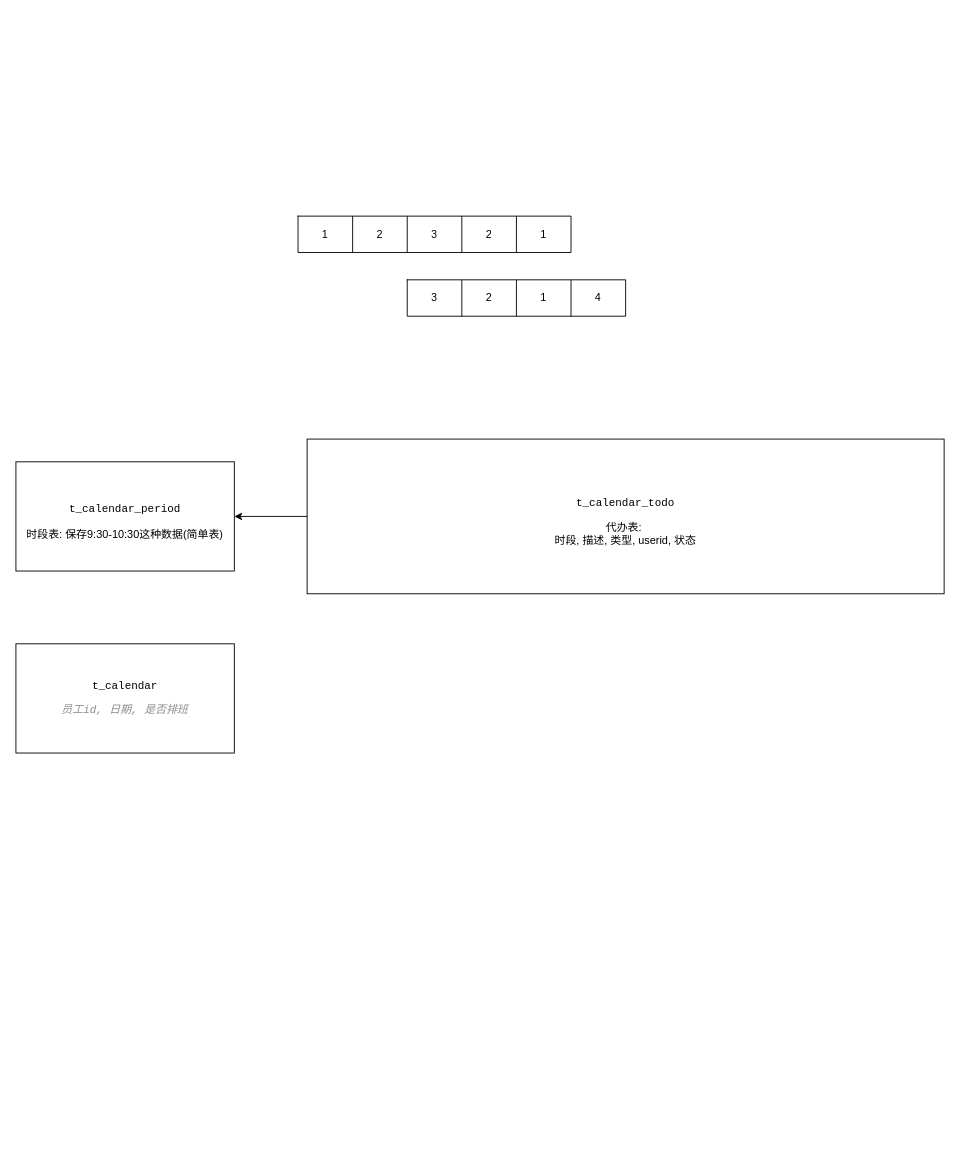
deerio/draw-io keeps this draw.io diagram as temp.drawio. Above is the earlier version. Source tidied: cells renumbered, new cells numbered last; positions are measured from the earlier drawing's top-left corner, leaving out a move shared by most shapes. Both pictures are drawn from the tidied source at 91%, with x=0, y=0 at pixel (15, 216).
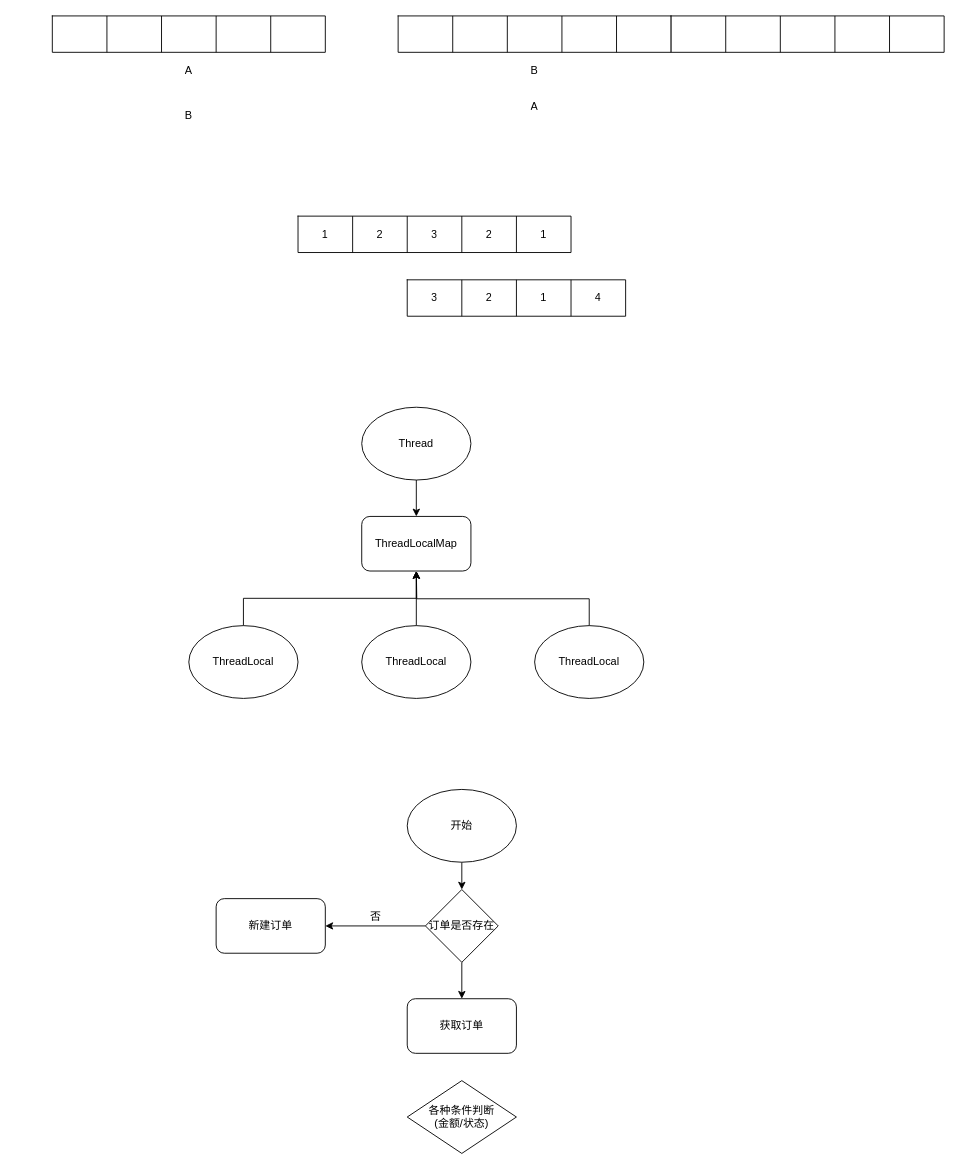
Above is the later version.

Diff of the diagram source:
```diff
@@
-    <mxCell id="15" value="&lt;pre style=&quot;background-color: #ffffff ; color: #080808 ; font-family: &amp;#34;jetbrains mono&amp;#34; , monospace ; font-size: 9.0pt&quot;&gt;&lt;span style=&quot;color: #000000&quot;&gt;t_calendar_period&lt;/span&gt;&lt;/pre&gt;时段表: 保存9:30-10:30这种数据(简单表)" style="rounded=0;whiteSpace=wrap;html=1;" parent="1" vertex="1">
-      <mxGeometry y="270" width="240" height="120" as="geometry" />
-    </mxCell>
-    <mxCell id="16" style="edgeStyle=orthogonalEdgeStyle;rounded=0;jettySize=auto;html=1;exitX=0;exitY=0.5;exitDx=0;exitDy=0;" parent="1" edge="1" source="17" target="15">
-      <mxGeometry relative="1" as="geometry" />
-    </mxCell>
-    <mxCell id="17" value="&lt;pre style=&quot;background-color: #ffffff ; color: #080808 ; font-family: &amp;#34;jetbrains mono&amp;#34; , monospace ; font-size: 9.0pt&quot;&gt;&lt;span style=&quot;color: #000000&quot;&gt;t_calendar_todo&lt;/span&gt;&lt;/pre&gt;代办表:&amp;nbsp;&lt;br&gt;时段, 描述, 类型, userid, 状态" style="rounded=0;whiteSpace=wrap;html=1;" parent="1" vertex="1">
-      <mxGeometry x="320" y="245" width="700" height="170" as="geometry" />
-    </mxCell>
-    <mxCell id="18" value="&lt;pre style=&quot;background-color: #ffffff ; color: #080808 ; font-family: &amp;#34;jetbrains mono&amp;#34; , monospace ; font-size: 9.0pt&quot;&gt;&lt;span style=&quot;color: #000000&quot;&gt;t_calendar&lt;/span&gt;&lt;pre style=&quot;font-family: , monospace ; font-size: 9pt&quot;&gt;&lt;span style=&quot;color: #8c8c8c ; font-style: italic&quot;&gt;员工&lt;/span&gt;&lt;span style=&quot;color: #8c8c8c ; font-style: italic ; font-family: &amp;#34;jetbrains mono&amp;#34; , monospace&quot;&gt;id, &lt;/span&gt;&lt;span style=&quot;color: #8c8c8c ; font-style: italic&quot;&gt;日期&lt;/span&gt;&lt;span style=&quot;color: #8c8c8c ; font-style: italic ; font-family: &amp;#34;jetbrains mono&amp;#34; , monospace&quot;&gt;, &lt;/span&gt;&lt;span style=&quot;color: #8c8c8c ; font-style: italic&quot;&gt;是否排班&lt;/span&gt;&lt;/pre&gt;&lt;/pre&gt;" style="rounded=0;whiteSpace=wrap;html=1;" parent="1" vertex="1">
-      <mxGeometry y="470" width="240" height="120" as="geometry" />
-    </mxCell>
+    <mxCell id="19" style="edgeStyle=orthogonalEdgeStyle;rounded=0;jettySize=auto;html=1;exitX=0.5;exitY=1;exitDx=0;exitDy=0;" parent="1" edge="1" source="20" target="27">
+      <mxGeometry relative="1" as="geometry" />
+    </mxCell>
+    <mxCell id="20" value="Thread" style="ellipse;whiteSpace=wrap;html=1;" parent="1" vertex="1">
+      <mxGeometry x="380" y="210" width="120" height="80" as="geometry" />
+    </mxCell>
+    <mxCell id="21" style="edgeStyle=orthogonalEdgeStyle;rounded=0;jettySize=auto;html=1;exitX=0.5;exitY=0;exitDx=0;exitDy=0;" parent="1" edge="1" source="22">
+      <mxGeometry relative="1" as="geometry">
+        <mxPoint x="440" y="390" as="targetPoint" />
+      </mxGeometry>
+    </mxCell>
+    <mxCell id="22" value="ThreadLocal" style="ellipse;whiteSpace=wrap;html=1;" parent="1" vertex="1">
+      <mxGeometry x="570" y="450" width="120" height="80" as="geometry" />
+    </mxCell>
+    <mxCell id="23" style="edgeStyle=orthogonalEdgeStyle;rounded=0;jettySize=auto;html=1;exitX=0.5;exitY=0;exitDx=0;exitDy=0;" parent="1" edge="1" source="24" target="27">
+      <mxGeometry relative="1" as="geometry" />
+    </mxCell>
+    <mxCell id="24" value="ThreadLocal" style="ellipse;whiteSpace=wrap;html=1;" parent="1" vertex="1">
+      <mxGeometry x="190" y="450" width="120" height="80" as="geometry" />
+    </mxCell>
+    <mxCell id="25" style="edgeStyle=orthogonalEdgeStyle;rounded=0;jettySize=auto;html=1;exitX=0.5;exitY=0;exitDx=0;exitDy=0;entryX=0.5;entryY=1;entryDx=0;entryDy=0;" parent="1" edge="1" source="26" target="27">
+      <mxGeometry relative="1" as="geometry" />
+    </mxCell>
+    <mxCell id="26" value="ThreadLocal" style="ellipse;whiteSpace=wrap;html=1;" parent="1" vertex="1">
+      <mxGeometry x="380" y="450" width="120" height="80" as="geometry" />
+    </mxCell>
+    <mxCell id="27" value="ThreadLocalMap" style="rounded=1;whiteSpace=wrap;html=1;" parent="1" vertex="1">
+      <mxGeometry x="380" y="330" width="120" height="60" as="geometry" />
+    </mxCell>
+    <mxCell id="28" style="shape=table;html=1;whiteSpace=wrap;startSize=0;childLayout=tableLayout;" parent="1" vertex="1">
+      <mxGeometry x="40" y="-220" width="300" height="40" as="geometry" />
+    </mxCell>
+    <mxCell id="29" style="shape=partialRectangle;html=1;whiteSpace=wrap;fillColor=none;top=0;left=0;bottom=0;right=0;" parent="28" vertex="1">
+      <mxGeometry width="300" height="40" as="geometry" />
+    </mxCell>
+    <mxCell id="30" style="shape=partialRectangle;html=1;whiteSpace=wrap;overflow=hidden;fillColor=none;top=0;left=0;bottom=0;right=0;" parent="29" vertex="1">
+      <mxGeometry width="60" height="40" as="geometry" />
+    </mxCell>
+    <mxCell id="31" style="shape=partialRectangle;html=1;whiteSpace=wrap;overflow=hidden;fillColor=none;top=0;left=0;bottom=0;right=0;" parent="29" vertex="1">
+      <mxGeometry x="60" width="60" height="40" as="geometry" />
+    </mxCell>
+    <mxCell id="32" style="shape=partialRectangle;html=1;whiteSpace=wrap;overflow=hidden;fillColor=none;top=0;left=0;bottom=0;right=0;" parent="29" vertex="1">
+      <mxGeometry x="120" width="60" height="40" as="geometry" />
+    </mxCell>
+    <mxCell id="33" style="shape=partialRectangle;html=1;whiteSpace=wrap;overflow=hidden;fillColor=none;top=0;left=0;bottom=0;right=0;" parent="29" vertex="1">
+      <mxGeometry x="180" width="60" height="40" as="geometry" />
+    </mxCell>
+    <mxCell id="34" style="shape=partialRectangle;html=1;whiteSpace=wrap;overflow=hidden;fillColor=none;top=0;left=0;bottom=0;right=0;" parent="29" vertex="1">
+      <mxGeometry x="240" width="60" height="40" as="geometry" />
+    </mxCell>
+    <mxCell id="35" value="A" style="shape=partialRectangle;html=1;whiteSpace=wrap;overflow=hidden;fillColor=none;top=0;left=0;bottom=0;right=0;" parent="1" vertex="1">
+      <mxGeometry x="160" y="-180" width="60" height="40" as="geometry" />
+    </mxCell>
+    <mxCell id="36" value="B" style="shape=partialRectangle;html=1;whiteSpace=wrap;overflow=hidden;fillColor=none;top=0;left=0;bottom=0;right=0;" parent="1" vertex="1">
+      <mxGeometry x="160" y="-130" width="60" height="40" as="geometry" />
+    </mxCell>
+    <mxCell id="37" style="shape=table;html=1;whiteSpace=wrap;startSize=0;childLayout=tableLayout;" parent="1" vertex="1">
+      <mxGeometry x="420" y="-220" width="300" height="40" as="geometry" />
+    </mxCell>
+    <mxCell id="38" style="shape=partialRectangle;html=1;whiteSpace=wrap;fillColor=none;top=0;left=0;bottom=0;right=0;" parent="37" vertex="1">
+      <mxGeometry width="300" height="40" as="geometry" />
+    </mxCell>
+    <mxCell id="39" style="shape=partialRectangle;html=1;whiteSpace=wrap;overflow=hidden;fillColor=none;top=0;left=0;bottom=0;right=0;" parent="38" vertex="1">
+      <mxGeometry width="60" height="40" as="geometry" />
+    </mxCell>
+    <mxCell id="40" style="shape=partialRectangle;html=1;whiteSpace=wrap;overflow=hidden;fillColor=none;top=0;left=0;bottom=0;right=0;" parent="38" vertex="1">
+      <mxGeometry x="60" width="60" height="40" as="geometry" />
+    </mxCell>
+    <mxCell id="41" style="shape=partialRectangle;html=1;whiteSpace=wrap;overflow=hidden;fillColor=none;top=0;left=0;bottom=0;right=0;" parent="38" vertex="1">
+      <mxGeometry x="120" width="60" height="40" as="geometry" />
+    </mxCell>
+    <mxCell id="42" style="shape=partialRectangle;html=1;whiteSpace=wrap;overflow=hidden;fillColor=none;top=0;left=0;bottom=0;right=0;" parent="38" vertex="1">
+      <mxGeometry x="180" width="60" height="40" as="geometry" />
+    </mxCell>
+    <mxCell id="43" style="shape=partialRectangle;html=1;whiteSpace=wrap;overflow=hidden;fillColor=none;top=0;left=0;bottom=0;right=0;" parent="38" vertex="1">
+      <mxGeometry x="240" width="60" height="40" as="geometry" />
+    </mxCell>
+    <mxCell id="44" style="shape=table;html=1;whiteSpace=wrap;startSize=0;childLayout=tableLayout;" parent="1" vertex="1">
+      <mxGeometry x="720" y="-220" width="300" height="40" as="geometry" />
+    </mxCell>
+    <mxCell id="45" style="shape=partialRectangle;html=1;whiteSpace=wrap;fillColor=none;top=0;left=0;bottom=0;right=0;" parent="44" vertex="1">
+      <mxGeometry width="300" height="40" as="geometry" />
+    </mxCell>
+    <mxCell id="46" style="shape=partialRectangle;html=1;whiteSpace=wrap;overflow=hidden;fillColor=none;top=0;left=0;bottom=0;right=0;" parent="45" vertex="1">
+      <mxGeometry width="60" height="40" as="geometry" />
+    </mxCell>
+    <mxCell id="47" style="shape=partialRectangle;html=1;whiteSpace=wrap;overflow=hidden;fillColor=none;top=0;left=0;bottom=0;right=0;" parent="45" vertex="1">
+      <mxGeometry x="60" width="60" height="40" as="geometry" />
+    </mxCell>
+    <mxCell id="48" style="shape=partialRectangle;html=1;whiteSpace=wrap;overflow=hidden;fillColor=none;top=0;left=0;bottom=0;right=0;" parent="45" vertex="1">
+      <mxGeometry x="120" width="60" height="40" as="geometry" />
+    </mxCell>
+    <mxCell id="49" style="shape=partialRectangle;html=1;whiteSpace=wrap;overflow=hidden;fillColor=none;top=0;left=0;bottom=0;right=0;" parent="45" vertex="1">
+      <mxGeometry x="180" width="60" height="40" as="geometry" />
+    </mxCell>
+    <mxCell id="50" style="shape=partialRectangle;html=1;whiteSpace=wrap;overflow=hidden;fillColor=none;top=0;left=0;bottom=0;right=0;" parent="45" vertex="1">
+      <mxGeometry x="240" width="60" height="40" as="geometry" />
+    </mxCell>
+    <mxCell id="51" value="A" style="shape=partialRectangle;html=1;whiteSpace=wrap;overflow=hidden;fillColor=none;top=0;left=0;bottom=0;right=0;" parent="1" vertex="1">
+      <mxGeometry x="540" y="-140" width="60" height="40" as="geometry" />
+    </mxCell>
+    <mxCell id="52" value="B" style="shape=partialRectangle;html=1;whiteSpace=wrap;overflow=hidden;fillColor=none;top=0;left=0;bottom=0;right=0;" parent="1" vertex="1">
+      <mxGeometry x="540" y="-180" width="60" height="40" as="geometry" />
+    </mxCell>
+    <mxCell id="53" style="edgeStyle=orthogonalEdgeStyle;rounded=0;jettySize=auto;html=1;exitX=0.5;exitY=1;exitDx=0;exitDy=0;entryX=0.5;entryY=0;entryDx=0;entryDy=0;" parent="1" edge="1" source="54" target="57">
+      <mxGeometry relative="1" as="geometry" />
+    </mxCell>
+    <mxCell id="54" value="开始" style="ellipse;whiteSpace=wrap;html=1;" parent="1" vertex="1">
+      <mxGeometry x="430" y="630" width="120" height="80" as="geometry" />
+    </mxCell>
+    <mxCell id="55" style="edgeStyle=orthogonalEdgeStyle;rounded=0;jettySize=auto;html=1;exitX=0;exitY=0.5;exitDx=0;exitDy=0;" parent="1" edge="1" source="57" target="58">
+      <mxGeometry relative="1" as="geometry" />
+    </mxCell>
+    <mxCell id="56" style="edgeStyle=orthogonalEdgeStyle;rounded=0;jettySize=auto;html=1;exitX=0.5;exitY=1;exitDx=0;exitDy=0;" parent="1" edge="1" source="57" target="60">
+      <mxGeometry relative="1" as="geometry" />
+    </mxCell>
+    <mxCell id="57" value="订单是否存在" style="rhombus;whiteSpace=wrap;html=1;" parent="1" vertex="1">
+      <mxGeometry x="450" y="740" width="80" height="80" as="geometry" />
+    </mxCell>
+    <mxCell id="58" value="新建订单" style="rounded=1;whiteSpace=wrap;html=1;" parent="1" vertex="1">
+      <mxGeometry x="220" y="750" width="120" height="60" as="geometry" />
+    </mxCell>
+    <mxCell id="59" value="否" style="text;html=1;align=center;verticalAlign=middle;strokeColor=none;" parent="1" vertex="1">
+      <mxGeometry x="380" y="760" width="30" height="20" as="geometry" />
+    </mxCell>
+    <mxCell id="60" value="获取订单" style="rounded=1;whiteSpace=wrap;html=1;" parent="1" vertex="1">
+      <mxGeometry x="430" y="860" width="120" height="60" as="geometry" />
+    </mxCell>
+    <mxCell id="61" value="各种条件判断&lt;br&gt;(金额/状态)" style="rhombus;whiteSpace=wrap;html=1;" parent="1" vertex="1">
+      <mxGeometry x="430" y="950" width="120" height="80" as="geometry" />
+    </mxCell>
```
